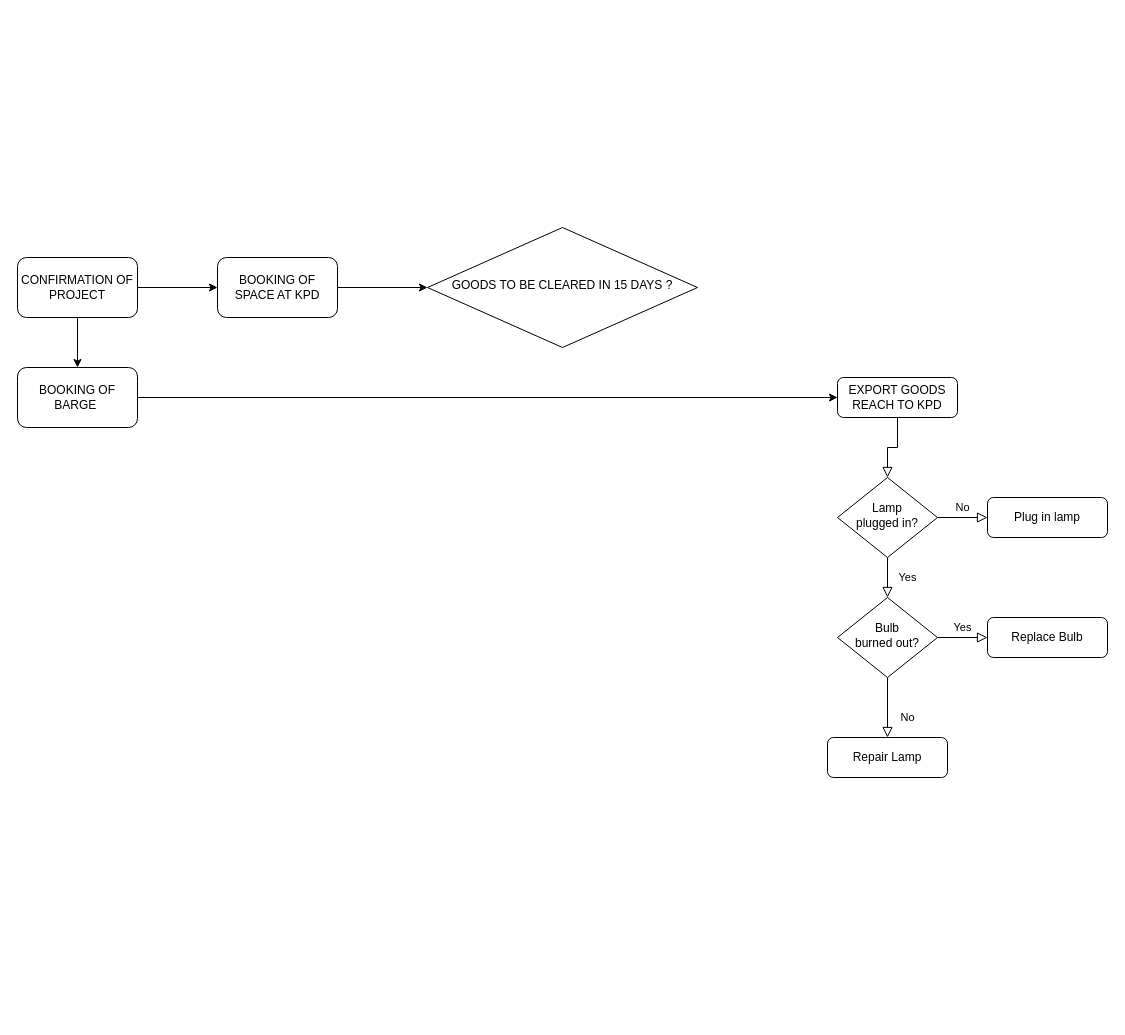
Before: Untitled Diagram.drawio in arthasdk/BoL_Scripts, a draw.io diagram. Source tidied: cells renumbered, new cells numbered last; positions are measured from the earlier drawing's top-left corner, leaving out a move shared by most shapes. Both pictures are drawn from the tidied source at 100%, with x=0, y=0 at pixel (17, 227).
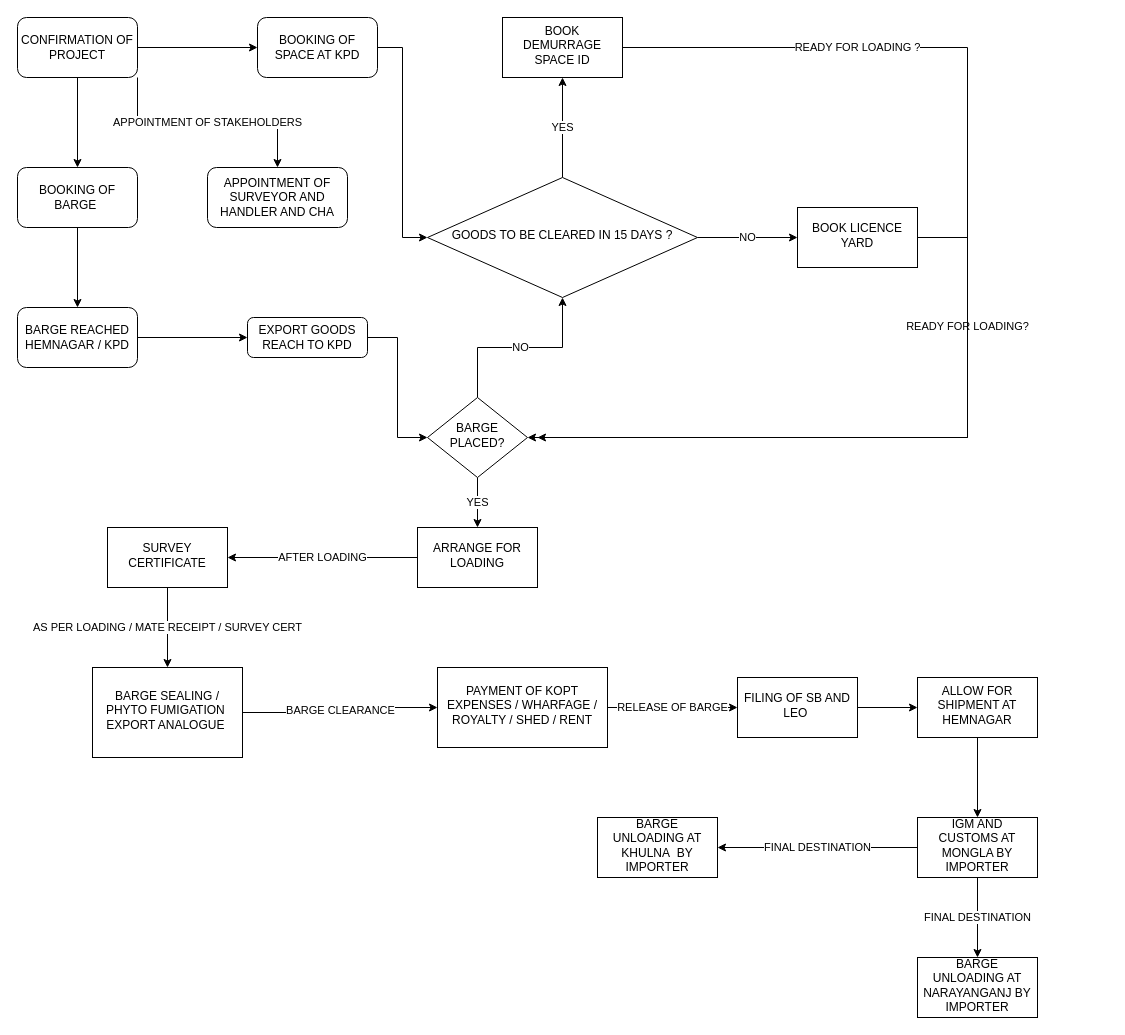
The same page after the edit.

The edit, as a diff of the source:
```diff
@@
-    <mxCell id="2" style="rounded=0;html=1;jettySize=auto;fontSize=11;endArrow=block;endFill=0;endSize=8;strokeWidth=1;shadow=0;labelBackgroundColor=none;edgeStyle=orthogonalEdgeStyle;" parent="1" edge="1" source="3" target="6">
+    <mxCell id="2" style="edgeStyle=orthogonalEdgeStyle;rounded=0;jettySize=auto;html=1;entryX=0;entryY=0.5;entryDx=0;entryDy=0;" parent="1" edge="1" source="3" target="6">
       <mxGeometry relative="1" as="geometry" />
     </mxCell>
     <mxCell id="3" value="EXPORT GOODS REACH TO KPD" style="rounded=1;whiteSpace=wrap;html=1;fontSize=12;glass=0;strokeWidth=1;shadow=0;" parent="1" vertex="1">
-      <mxGeometry x="820" y="150" width="120" height="40" as="geometry" />
+      <mxGeometry x="230" y="90" width="120" height="40" as="geometry" />
     </mxCell>
-    <mxCell id="4" value="Yes" style="rounded=0;html=1;jettySize=auto;fontSize=11;endArrow=block;endFill=0;endSize=8;strokeWidth=1;shadow=0;labelBackgroundColor=none;edgeStyle=orthogonalEdgeStyle;" parent="1" edge="1" source="6" target="10">
-      <mxGeometry y="20" relative="1" as="geometry" />
-    </mxCell>
-    <mxCell id="5" value="No" style="edgeStyle=orthogonalEdgeStyle;rounded=0;html=1;jettySize=auto;fontSize=11;endArrow=block;endFill=0;endSize=8;strokeWidth=1;shadow=0;labelBackgroundColor=none;" parent="1" edge="1" source="6" target="7">
-      <mxGeometry y="10" relative="1" as="geometry" />
-    </mxCell>
+    <mxCell id="21" value="YES" style="edgeStyle=orthogonalEdgeStyle;rounded=0;jettySize=auto;html=1;" parent="1" edge="1" source="6" target="33">
+      <mxGeometry relative="1" as="geometry" />
+    </mxCell>
+    <mxCell id="22" value="NO" style="edgeStyle=orthogonalEdgeStyle;rounded=0;jettySize=auto;html=1;entryX=0.5;entryY=1;entryDx=0;entryDy=0;" parent="1" edge="1" source="6" target="20">
+      <mxGeometry relative="1" as="geometry" />
+    </mxCell>
-    <mxCell id="6" value="Lamp&lt;br&gt;plugged in?" style="rhombus;whiteSpace=wrap;html=1;shadow=0;fontFamily=Helvetica;fontSize=12;align=center;strokeWidth=1;spacing=6;spacingTop=-4;" parent="1" vertex="1">
-      <mxGeometry x="820" y="250" width="100" height="80" as="geometry" />
+    <mxCell id="6" value="BARGE PLACED?" style="rhombus;whiteSpace=wrap;html=1;shadow=0;fontFamily=Helvetica;fontSize=12;align=center;strokeWidth=1;spacing=6;spacingTop=-4;" parent="1" vertex="1">
+      <mxGeometry x="410" y="170" width="100" height="80" as="geometry" />
     </mxCell>
-    <mxCell id="7" value="Plug in lamp" style="rounded=1;whiteSpace=wrap;html=1;fontSize=12;glass=0;strokeWidth=1;shadow=0;" parent="1" vertex="1">
-      <mxGeometry x="970" y="270" width="120" height="40" as="geometry" />
-    </mxCell>
-    <mxCell id="8" value="No" style="rounded=0;html=1;jettySize=auto;fontSize=11;endArrow=block;endFill=0;endSize=8;strokeWidth=1;shadow=0;labelBackgroundColor=none;edgeStyle=orthogonalEdgeStyle;" parent="1" edge="1" source="10" target="11">
-      <mxGeometry x="0.33" y="20" relative="1" as="geometry" />
-    </mxCell>
-    <mxCell id="9" value="Yes" style="edgeStyle=orthogonalEdgeStyle;rounded=0;html=1;jettySize=auto;fontSize=11;endArrow=block;endFill=0;endSize=8;strokeWidth=1;shadow=0;labelBackgroundColor=none;" parent="1" edge="1" source="10" target="12">
-      <mxGeometry y="10" relative="1" as="geometry" />
-    </mxCell>
-    <mxCell id="10" value="Bulb&lt;br&gt;burned out?" style="rhombus;whiteSpace=wrap;html=1;shadow=0;fontFamily=Helvetica;fontSize=12;align=center;strokeWidth=1;spacing=6;spacingTop=-4;" parent="1" vertex="1">
-      <mxGeometry x="820" y="370" width="100" height="80" as="geometry" />
-    </mxCell>
-    <mxCell id="11" value="Repair Lamp" style="rounded=1;whiteSpace=wrap;html=1;fontSize=12;glass=0;strokeWidth=1;shadow=0;" parent="1" vertex="1">
-      <mxGeometry x="810" y="510" width="120" height="40" as="geometry" />
-    </mxCell>
-    <mxCell id="12" value="Replace Bulb" style="rounded=1;whiteSpace=wrap;html=1;fontSize=12;glass=0;strokeWidth=1;shadow=0;" parent="1" vertex="1">
-      <mxGeometry x="970" y="390" width="120" height="40" as="geometry" />
-    </mxCell>
-    <mxCell id="13" style="edgeStyle=orthogonalEdgeStyle;rounded=0;jettySize=auto;html=1;entryX=0;entryY=0.5;entryDx=0;entryDy=0;" parent="1" edge="1" source="14" target="3">
+    <mxCell id="13" style="edgeStyle=orthogonalEdgeStyle;rounded=0;jettySize=auto;html=1;entryX=0;entryY=0.5;entryDx=0;entryDy=0;exitX=1;exitY=0.5;exitDx=0;exitDy=0;" parent="1" edge="1" source="31" target="3">
       <mxGeometry relative="1" as="geometry" />
     </mxCell>
+    <mxCell id="23" style="edgeStyle=orthogonalEdgeStyle;rounded=0;jettySize=auto;html=1;" parent="1" edge="1" source="14" target="31">
+      <mxGeometry relative="1" as="geometry" />
+    </mxCell>
     <mxCell id="14" value="BOOKING OF BARGE&amp;nbsp;" style="whiteSpace=wrap;html=1;rounded=1;shadow=0;strokeWidth=1;glass=0;" parent="1" vertex="1">
-      <mxGeometry y="140" width="120" height="60" as="geometry" />
+      <mxGeometry y="-60" width="120" height="60" as="geometry" />
     </mxCell>
@@
+    <mxCell id="24" value="APPOINTMENT OF STAKEHOLDERS" style="edgeStyle=orthogonalEdgeStyle;rounded=0;jettySize=auto;html=1;exitX=1;exitY=1;exitDx=0;exitDy=0;entryX=0.5;entryY=0;entryDx=0;entryDy=0;" parent="1" edge="1" source="17" target="34">
+      <mxGeometry relative="1" as="geometry" />
+    </mxCell>
     <mxCell id="17" value="CONFIRMATION OF PROJECT" style="whiteSpace=wrap;html=1;rounded=1;shadow=0;strokeWidth=1;glass=0;" parent="1" vertex="1">
-      <mxGeometry y="30" width="120" height="60" as="geometry" />
+      <mxGeometry y="-210" width="120" height="60" as="geometry" />
     </mxCell>
-    <mxCell id="18" style="edgeStyle=orthogonalEdgeStyle;rounded=0;jettySize=auto;html=1;" parent="1" edge="1" source="19" target="20">
+    <mxCell id="18" style="edgeStyle=orthogonalEdgeStyle;rounded=0;jettySize=auto;html=1;entryX=0;entryY=0.5;entryDx=0;entryDy=0;" parent="1" edge="1" source="19" target="20">
       <mxGeometry relative="1" as="geometry" />
     </mxCell>
     <mxCell id="19" value="BOOKING OF SPACE AT KPD" style="whiteSpace=wrap;html=1;rounded=1;shadow=0;strokeWidth=1;glass=0;" parent="1" vertex="1">
-      <mxGeometry x="200" y="30" width="120" height="60" as="geometry" />
+      <mxGeometry x="240" y="-210" width="120" height="60" as="geometry" />
     </mxCell>
+    <mxCell id="25" value="NO" style="edgeStyle=orthogonalEdgeStyle;rounded=0;jettySize=auto;html=1;" parent="1" edge="1" source="20" target="28">
+      <mxGeometry relative="1" as="geometry" />
+    </mxCell>
+    <mxCell id="26" value="YES" style="edgeStyle=orthogonalEdgeStyle;rounded=0;jettySize=auto;entryX=0.5;entryY=1;entryDx=0;entryDy=0;html=1;" parent="1" edge="1" source="20" target="30">
+      <mxGeometry relative="1" as="geometry" />
+    </mxCell>
     <mxCell id="20" value="GOODS TO BE CLEARED IN 15 DAYS ?" style="rhombus;whiteSpace=wrap;html=1;shadow=0;fontFamily=Helvetica;fontSize=12;align=center;strokeWidth=1;spacing=6;spacingTop=-4;" parent="1" vertex="1">
-      <mxGeometry x="410" width="270" height="120" as="geometry" />
+      <mxGeometry x="410" y="-50" width="270" height="120" as="geometry" />
     </mxCell>
+    <mxCell id="27" value="READY FOR LOADING?" style="edgeStyle=orthogonalEdgeStyle;rounded=0;jettySize=auto;html=1;" parent="1" edge="1" source="28">
+      <mxGeometry x="-0.59" relative="1" as="geometry">
+        <mxPoint x="520" y="210" as="targetPoint" />
+        <Array as="points">
+          <mxPoint x="950" y="10" />
+          <mxPoint x="950" y="210" />
+        </Array>
+      </mxGeometry>
+    </mxCell>
+    <mxCell id="28" value="BOOK LICENCE YARD" style="whiteSpace=wrap;html=1;shadow=0;strokeWidth=1;spacing=6;spacingTop=-4;" parent="1" vertex="1">
+      <mxGeometry x="780" y="-20" width="120" height="60" as="geometry" />
+    </mxCell>
+    <mxCell id="29" value="READY FOR LOADING ?" style="edgeStyle=orthogonalEdgeStyle;rounded=0;jettySize=auto;html=1;entryX=1;entryY=0.5;entryDx=0;entryDy=0;" parent="1" edge="1" source="30" target="6">
+      <mxGeometry x="-0.6" relative="1" as="geometry">
+        <Array as="points">
+          <mxPoint x="950" y="-180" />
+          <mxPoint x="950" y="210" />
+        </Array>
+      </mxGeometry>
+    </mxCell>
+    <mxCell id="30" value="BOOK DEMURRAGE SPACE ID" style="whiteSpace=wrap;html=1;shadow=0;strokeWidth=1;spacing=6;spacingTop=-4;" parent="1" vertex="1">
+      <mxGeometry x="485" y="-210" width="120" height="60" as="geometry" />
+    </mxCell>
+    <mxCell id="31" value="BARGE REACHED HEMNAGAR / KPD" style="whiteSpace=wrap;html=1;rounded=1;shadow=0;strokeWidth=1;glass=0;" parent="1" vertex="1">
+      <mxGeometry y="80" width="120" height="60" as="geometry" />
+    </mxCell>
+    <mxCell id="32" value="AFTER LOADING" style="edgeStyle=orthogonalEdgeStyle;rounded=0;jettySize=auto;html=1;" parent="1" edge="1" source="33" target="36">
+      <mxGeometry relative="1" as="geometry" />
+    </mxCell>
+    <mxCell id="33" value="ARRANGE FOR LOADING" style="whiteSpace=wrap;html=1;shadow=0;strokeWidth=1;spacing=6;spacingTop=-4;" parent="1" vertex="1">
+      <mxGeometry x="400" y="300" width="120" height="60" as="geometry" />
+    </mxCell>
+    <mxCell id="34" value="APPOINTMENT OF SURVEYOR AND HANDLER AND CHA" style="rounded=1;whiteSpace=wrap;html=1;" parent="1" vertex="1">
+      <mxGeometry x="190" y="-60" width="140" height="60" as="geometry" />
+    </mxCell>
+    <mxCell id="35" value="AS PER LOADING / MATE RECEIPT / SURVEY CERT" style="edgeStyle=orthogonalEdgeStyle;rounded=0;jettySize=auto;html=1;" parent="1" edge="1" source="36" target="38">
+      <mxGeometry relative="1" as="geometry" />
+    </mxCell>
+    <mxCell id="36" value="SURVEY CERTIFICATE" style="whiteSpace=wrap;html=1;shadow=0;strokeWidth=1;spacing=6;spacingTop=-4;" parent="1" vertex="1">
+      <mxGeometry x="90" y="300" width="120" height="60" as="geometry" />
+    </mxCell>
+    <mxCell id="37" value="BARGE CLEARANCE" style="edgeStyle=orthogonalEdgeStyle;rounded=0;jettySize=auto;html=1;" parent="1" edge="1" source="38" target="40">
+      <mxGeometry relative="1" as="geometry" />
+    </mxCell>
+    <mxCell id="38" value="BARGE SEALING / PHYTO FUMIGATION&amp;nbsp;&lt;br&gt;EXPORT ANALOGUE&amp;nbsp;" style="whiteSpace=wrap;html=1;shadow=0;strokeWidth=1;spacing=6;spacingTop=-4;" parent="1" vertex="1">
+      <mxGeometry x="75" y="440" width="150" height="90" as="geometry" />
+    </mxCell>
+    <mxCell id="39" value="RELEASE OF BARGE" style="edgeStyle=orthogonalEdgeStyle;rounded=0;jettySize=auto;html=1;" parent="1" edge="1" source="40" target="42">
+      <mxGeometry relative="1" as="geometry" />
+    </mxCell>
+    <mxCell id="40" value="PAYMENT OF KOPT EXPENSES / WHARFAGE / ROYALTY / SHED / RENT" style="whiteSpace=wrap;html=1;shadow=0;strokeWidth=1;spacing=6;spacingTop=-4;" parent="1" vertex="1">
+      <mxGeometry x="420" y="440" width="170" height="80" as="geometry" />
+    </mxCell>
+    <mxCell id="41" style="edgeStyle=orthogonalEdgeStyle;rounded=0;jettySize=auto;html=1;" parent="1" edge="1" source="42" target="44">
+      <mxGeometry relative="1" as="geometry" />
+    </mxCell>
+    <mxCell id="42" value="FILING OF SB AND LEO&amp;nbsp;" style="whiteSpace=wrap;html=1;shadow=0;strokeWidth=1;spacing=6;spacingTop=-4;" parent="1" vertex="1">
+      <mxGeometry x="720" y="450" width="120" height="60" as="geometry" />
+    </mxCell>
+    <mxCell id="43" style="edgeStyle=orthogonalEdgeStyle;rounded=0;jettySize=auto;html=1;" parent="1" edge="1" source="44" target="47">
+      <mxGeometry relative="1" as="geometry" />
+    </mxCell>
+    <mxCell id="44" value="ALLOW FOR SHIPMENT AT HEMNAGAR" style="whiteSpace=wrap;html=1;shadow=0;strokeWidth=1;spacing=6;spacingTop=-4;" parent="1" vertex="1">
+      <mxGeometry x="900" y="450" width="120" height="60" as="geometry" />
+    </mxCell>
+    <mxCell id="45" value="FINAL DESTINATION" style="edgeStyle=orthogonalEdgeStyle;rounded=0;jettySize=auto;html=1;" parent="1" edge="1" source="47" target="48">
+      <mxGeometry relative="1" as="geometry" />
+    </mxCell>
+    <mxCell id="46" value="FINAL DESTINATION" style="edgeStyle=orthogonalEdgeStyle;rounded=0;jettySize=auto;html=1;" parent="1" edge="1" source="47" target="49">
+      <mxGeometry relative="1" as="geometry" />
+    </mxCell>
+    <mxCell id="47" value="IGM AND CUSTOMS AT MONGLA BY IMPORTER" style="whiteSpace=wrap;html=1;shadow=0;strokeWidth=1;spacing=6;spacingTop=-4;" parent="1" vertex="1">
+      <mxGeometry x="900" y="590" width="120" height="60" as="geometry" />
+    </mxCell>
+    <mxCell id="48" value="BARGE UNLOADING AT KHULNA&amp;nbsp;&amp;nbsp;BY IMPORTER" style="whiteSpace=wrap;html=1;shadow=0;strokeWidth=1;spacing=6;spacingTop=-4;" parent="1" vertex="1">
+      <mxGeometry x="580" y="590" width="120" height="60" as="geometry" />
+    </mxCell>
+    <mxCell id="49" value="BARGE UNLOADING AT NARAYANGANJ BY IMPORTER" style="whiteSpace=wrap;html=1;shadow=0;strokeWidth=1;spacing=6;spacingTop=-4;" parent="1" vertex="1">
+      <mxGeometry x="900" y="730" width="120" height="60" as="geometry" />
+    </mxCell>
```
